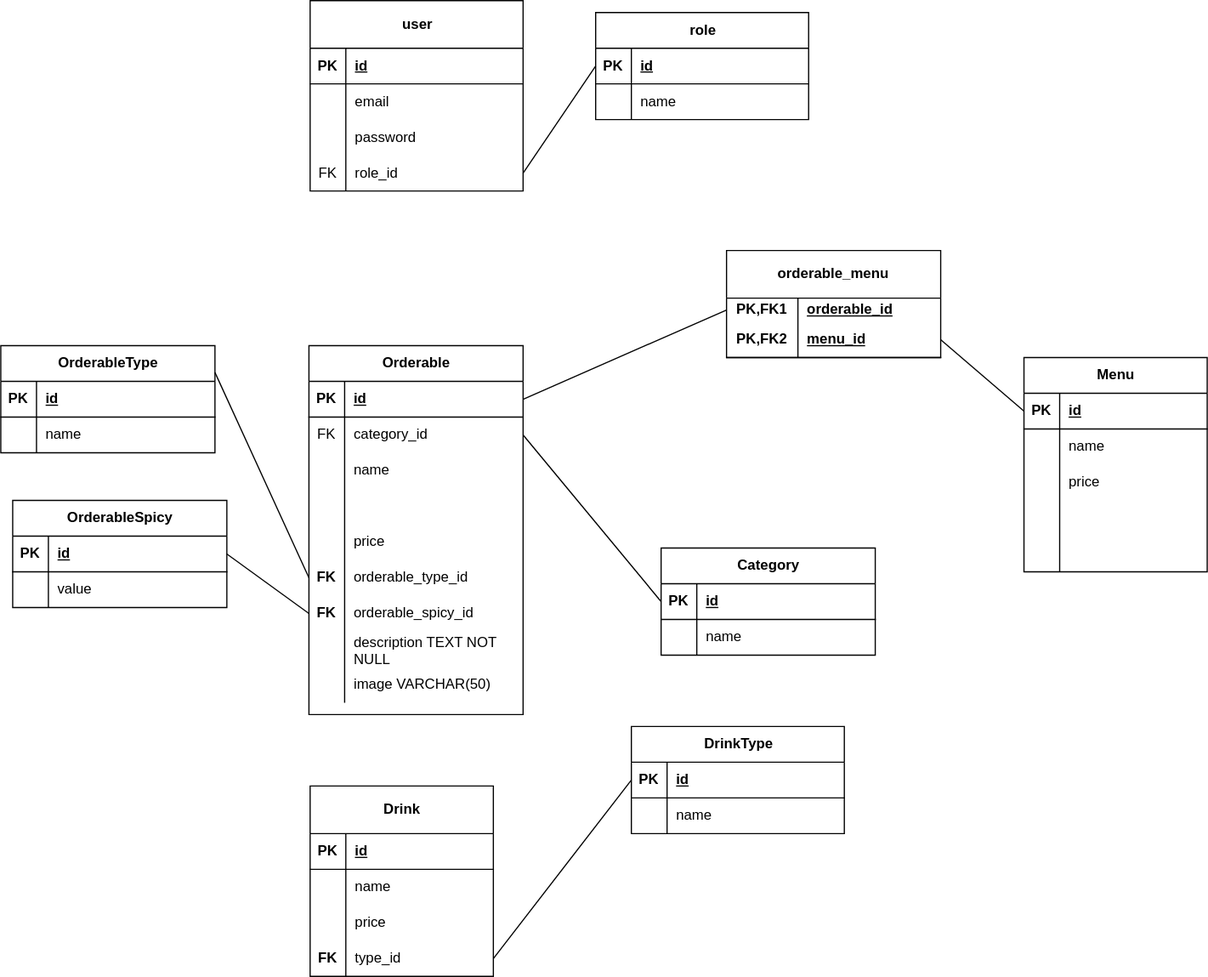
Before: code/merise/MLD.drawio.svg, a diagram exported from draw.io (prativa-k/Le-chemin-d-himalaya). Source tidied: cells renumbered, new cells last; positions are measured from the earlier drawing's top-left corner, leaving out a move shared by most shapes.
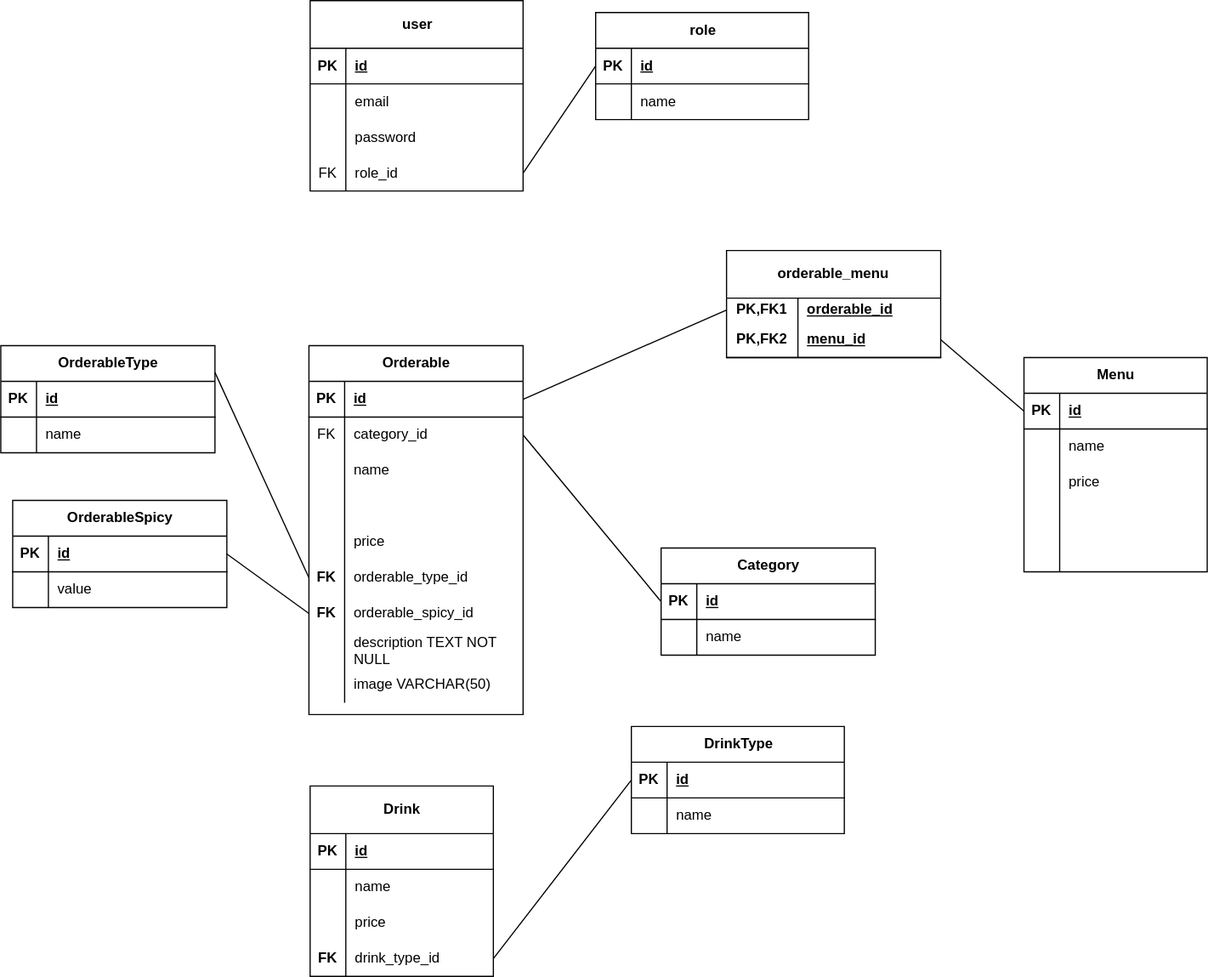
After the commit.

What changed in the source:
```diff
@@ -149,7 +149,7 @@
     <mxCell id="50" value="&lt;b&gt;FK&lt;/b&gt;" style="shape=partialRectangle;fillColor=none;top=0;left=0;bottom=0;right=0;overflow=hidden;whiteSpace=wrap;html=1;" parent="49" vertex="1">
       <mxGeometry width="30" height="30" as="geometry" />
     </mxCell>
-    <mxCell id="51" value="type_id" style="shape=partialRectangle;fillColor=none;top=0;left=0;bottom=0;right=0;align=left;spacingLeft=6;overflow=hidden;whiteSpace=wrap;html=1;" parent="49" vertex="1">
+    <mxCell id="51" value="drink_type_id" style="shape=partialRectangle;fillColor=none;top=0;left=0;bottom=0;right=0;align=left;spacingLeft=6;overflow=hidden;whiteSpace=wrap;html=1;" parent="49" vertex="1">
       <mxGeometry x="30" width="124" height="30" as="geometry" />
     </mxCell>
     <mxCell id="52" value="DrinkType" style="shape=table;startSize=30;rowLines=0;fontStyle=1;align=center;html=1;" parent="1" vertex="1">
```
